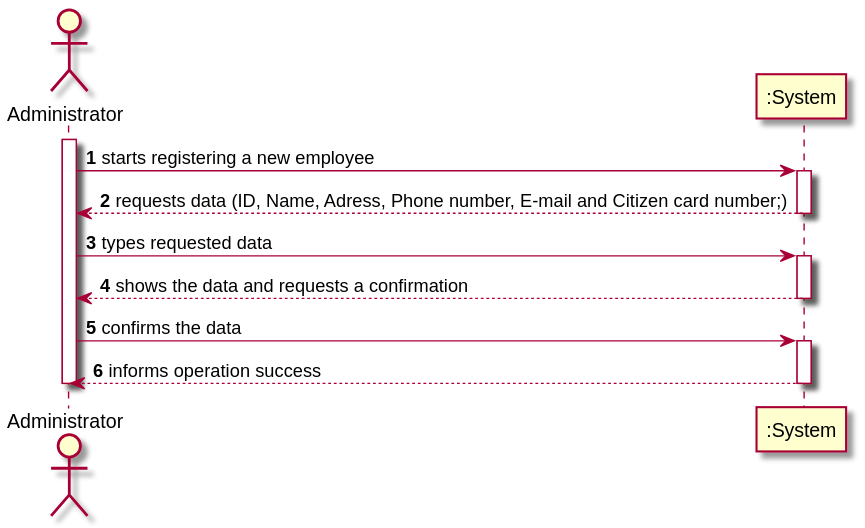
The PlantUML diagram docs/SprintD/US/US10/US010_SSD.svg in PedroMesquita1211171/VaccinationManager, before a commit. Source of this version:
```plantuml
@startuml

autonumber
actor "Administrator" as ADM

activate ADM
ADM -> ":System" : starts registering a new employee
activate ":System"
":System" --> ADM : requests data (ID, Name, Adress, Phone number, E-mail and Citizen card number;)
deactivate ":System"

ADM -> ":System" : types requested data
activate ":System"
":System" --> ADM : shows the data and requests a confirmation
deactivate ":System"

ADM -> ":System" : confirms the data
activate ":System"
":System" --> ADM : informs operation success
deactivate ":System"

deactivate ADM
@enduml
```
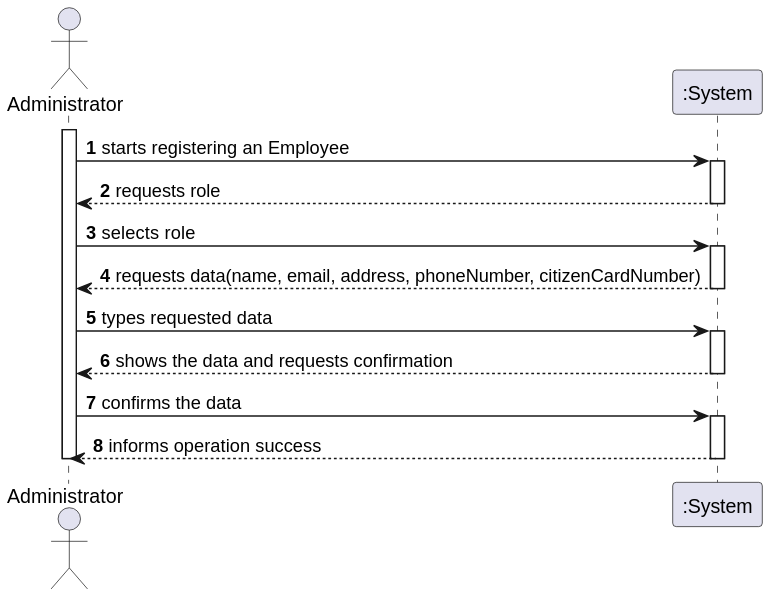
The same diagram one commit later.

What changed in the source:
```diff
@@ -1,23 +1,35 @@
 @startuml
 
 autonumber
-actor "Administrator" as ADM
+actor "Administrator" as adm
+participant ":System" as sys
 
-activate ADM
-ADM -> ":System" : starts registering a new employee
-activate ":System"
-":System" --> ADM : requests data (ID, Name, Adress, Phone number, E-mail and Citizen card number;)
-deactivate ":System"
+activate adm
+adm -> sys : starts registering an Employee
 
-ADM -> ":System" : types requested data
-activate ":System"
-":System" --> ADM : shows the data and requests a confirmation
-deactivate ":System"
+activate sys
+sys --> adm : requests role
+deactivate sys
 
-ADM -> ":System" : confirms the data
-activate ":System"
-":System" --> ADM : informs operation success
-deactivate ":System"
+adm -> sys : selects role
 
-deactivate ADM
+activate sys
+sys --> adm : requests data(name, email, address, phoneNumber, citizenCardNumber)
+deactivate sys
+
+adm -> sys : types requested data
+
+activate sys
+sys --> adm : shows the data and requests confirmation
+deactivate sys
+
+adm -> sys : confirms the data
+
+activate sys
+sys --> adm : informs operation success
+deactivate sys
+
+
+
+deactivate adm
 @enduml
```
